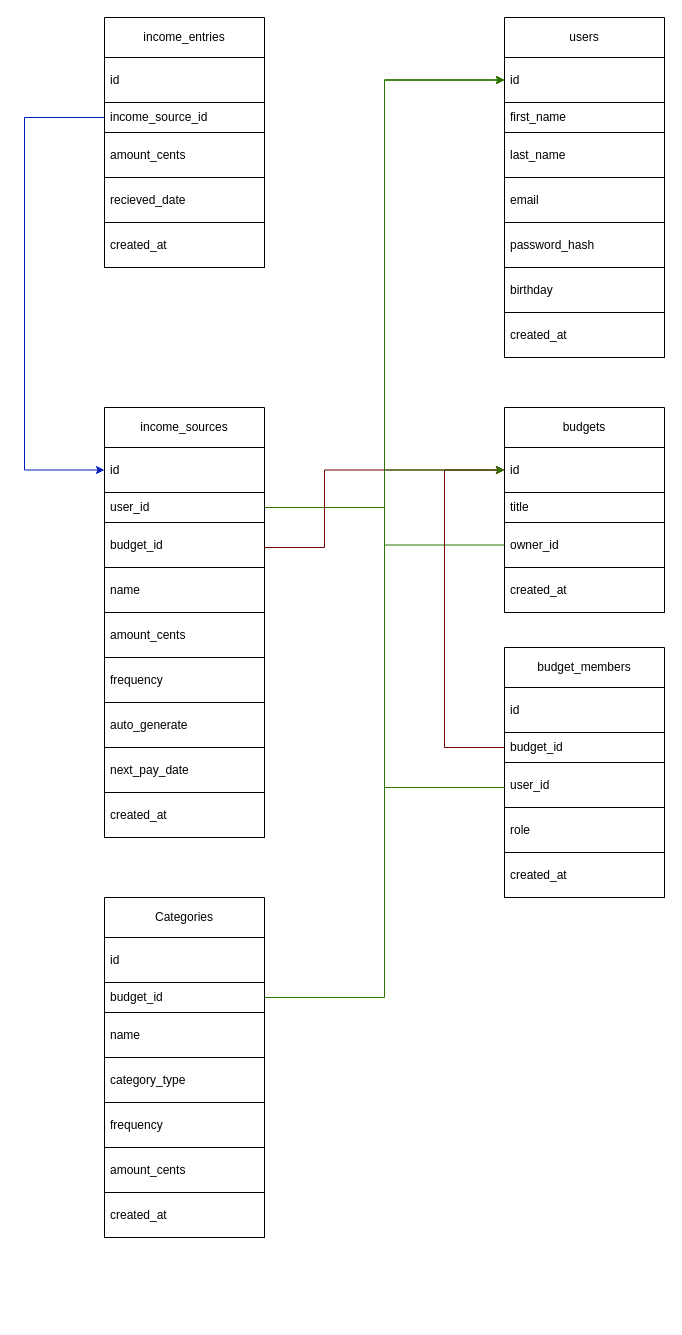
Jmspencer41/budget-app keeps this draw.io diagram as docs/sql_table_diagram.drawio. Above is the earlier version. Source tidied: cells renumbered, new cells numbered last; positions are measured from the earlier drawing's top-left corner, leaving out a move shared by most shapes. Both pictures are drawn from the tidied source at 100%, with x=0, y=0 at pixel (24, 17).
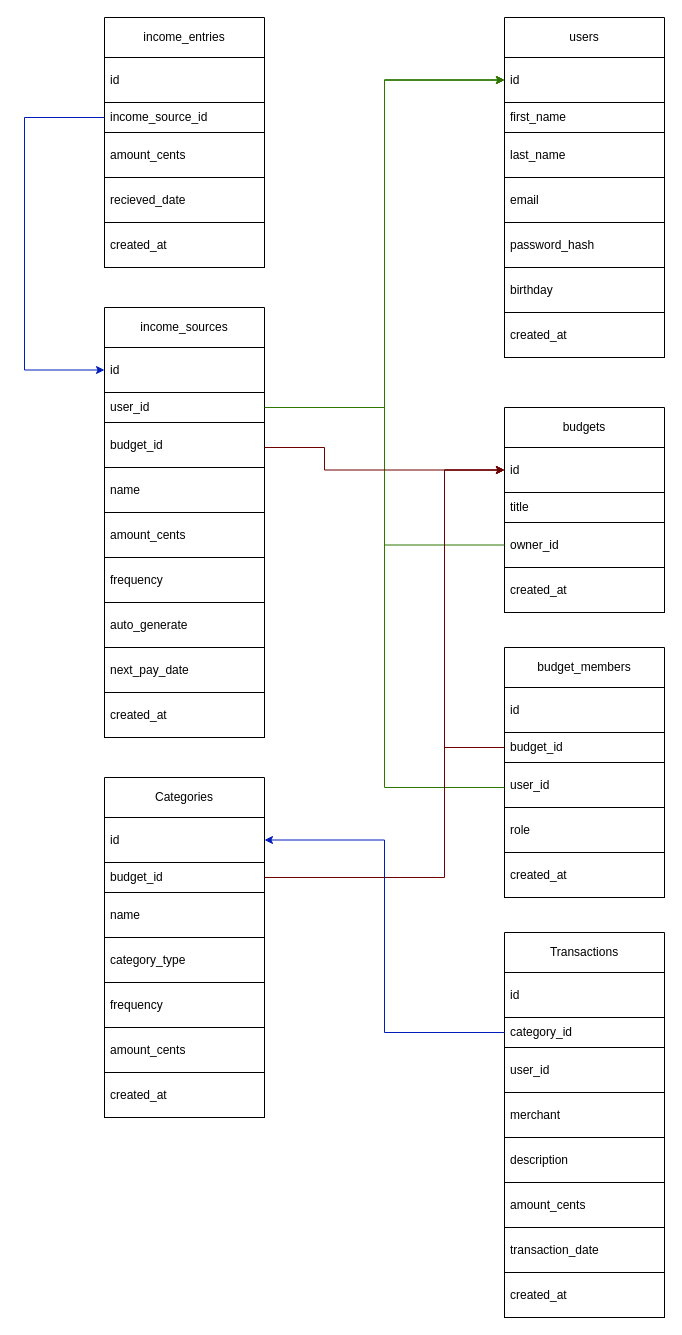
The same page after the edit.

The change refers to these unchanged cells:
```xml
<mxCell id="11" value="id" style="text;strokeColor=default;fillColor=none;align=left;verticalAlign=middle;spacingLeft=4;spacingRight=4;overflow=hidden;points=[[0,0.5],[1,0.5]];portConstraint=eastwest;whiteSpace=wrap;html=1;" parent="10" vertex="1">
  <mxGeometry y="40" width="160" height="45" as="geometry" />
</mxCell>
<mxCell id="22" value="id" style="text;strokeColor=default;fillColor=none;align=left;verticalAlign=middle;spacingLeft=4;spacingRight=4;overflow=hidden;points=[[0,0.5],[1,0.5]];portConstraint=eastwest;whiteSpace=wrap;html=1;" parent="21" vertex="1">
  <mxGeometry y="40" width="160" height="45" as="geometry" />
</mxCell>
<mxCell id="24" value="&lt;div&gt;&lt;span style=&quot;background-color: transparent; color: light-dark(rgb(0, 0, 0), rgb(255, 255, 255));&quot;&gt;budget_id&lt;/span&gt;&lt;/div&gt;" style="text;strokeColor=default;fillColor=none;align=left;verticalAlign=middle;spacingLeft=4;spacingRight=4;overflow=hidden;points=[[0,0.5],[1,0.5]];portConstraint=eastwest;whiteSpace=wrap;html=1;" parent="21" vertex="1">
  <mxGeometry y="115" width="160" height="45" as="geometry" />
</mxCell>
<mxCell id="33" value="income_source_id" style="text;strokeColor=default;fillColor=none;align=left;verticalAlign=middle;spacingLeft=4;spacingRight=4;overflow=hidden;points=[[0,0.5],[1,0.5]];portConstraint=eastwest;whiteSpace=wrap;html=1;" parent="31" vertex="1">
  <mxGeometry y="85" width="160" height="30" as="geometry" />
</mxCell>
<mxCell id="44" value="id" style="text;strokeColor=default;fillColor=none;align=left;verticalAlign=middle;spacingLeft=4;spacingRight=4;overflow=hidden;points=[[0,0.5],[1,0.5]];portConstraint=eastwest;whiteSpace=wrap;html=1;" parent="43" vertex="1">
  <mxGeometry y="40" width="160" height="45" as="geometry" />
</mxCell>
<mxCell id="45" value="budget_id" style="text;strokeColor=default;fillColor=none;align=left;verticalAlign=middle;spacingLeft=4;spacingRight=4;overflow=hidden;points=[[0,0.5],[1,0.5]];portConstraint=eastwest;whiteSpace=wrap;html=1;" parent="43" vertex="1">
  <mxGeometry y="85" width="160" height="30" as="geometry" />
</mxCell>
```

Diff of the diagram source:
```diff
@@
     <mxCell id="21" value="income_sources" style="swimlane;fontStyle=0;horizontal=1;startSize=40;whiteSpace=wrap;html=1;miterlimit=5;" parent="1" vertex="1">
-      <mxGeometry x="80" y="390" width="160" height="430" as="geometry" />
+      <mxGeometry x="80" y="290" width="160" height="430" as="geometry" />
     </mxCell>
@@
     <mxCell id="37" style="edgeStyle=orthogonalEdgeStyle;rounded=0;jettySize=auto;html=1;entryX=0;entryY=0.5;entryDx=0;entryDy=0;fillColor=#0050ef;strokeColor=#001DBC;" parent="1" edge="1" source="33" target="22">
       <mxGeometry relative="1" as="geometry">
         <Array as="points">
           <mxPoint y="100" />
-          <mxPoint y="452.6" />
+          <mxPoint y="352.2" />
         </Array>
       </mxGeometry>
     </mxCell>
@@
     <mxCell id="42" style="edgeStyle=orthogonalEdgeStyle;rounded=0;jettySize=auto;html=1;entryX=0;entryY=0.5;entryDx=0;entryDy=0;fillColor=#a20025;strokeColor=#6F0000;" parent="1" edge="1" source="24" target="11">
       <mxGeometry relative="1" as="geometry">
         <Array as="points">
-          <mxPoint x="300" y="530" />
+          <mxPoint x="300" y="430" />
           <mxPoint x="300" y="452.5" />
         </Array>
       </mxGeometry>
     </mxCell>
     <mxCell id="43" value="Categories" style="swimlane;fontStyle=0;horizontal=1;startSize=40;whiteSpace=wrap;html=1;miterlimit=5;" parent="1" vertex="1">
-      <mxGeometry x="80" y="880" width="160" height="340" as="geometry" />
+      <mxGeometry x="80" y="760" width="160" height="340" as="geometry" />
     </mxCell>
@@
-    <mxCell id="51" style="edgeStyle=orthogonalEdgeStyle;rounded=0;jettySize=auto;html=1;entryX=0;entryY=0.5;entryDx=0;entryDy=0;fillColor=#60a917;strokeColor=#2D7600;" parent="1" edge="1" source="45" target="11">
-      <mxGeometry relative="1" as="geometry" />
+    <mxCell id="51" style="edgeStyle=orthogonalEdgeStyle;rounded=0;jettySize=auto;html=1;entryX=0;entryY=0.5;entryDx=0;entryDy=0;fillColor=#a20025;strokeColor=#6F0000;" parent="1" edge="1" source="45" target="11">
+      <mxGeometry relative="1" as="geometry">
+        <Array as="points">
+          <mxPoint x="420" y="860" />
+          <mxPoint x="420" y="452.5" />
+        </Array>
+      </mxGeometry>
     </mxCell>
+    <mxCell id="52" value="Transactions" style="swimlane;fontStyle=0;horizontal=1;startSize=40;whiteSpace=wrap;html=1;miterlimit=5;" parent="1" vertex="1">
+      <mxGeometry x="480" y="915" width="160" height="385" as="geometry" />
+    </mxCell>
+    <mxCell id="53" value="id" style="text;strokeColor=default;fillColor=none;align=left;verticalAlign=middle;spacingLeft=4;spacingRight=4;overflow=hidden;whiteSpace=wrap;html=1;" parent="52" vertex="1">
+      <mxGeometry y="40" width="160" height="45" as="geometry" />
+    </mxCell>
+    <mxCell id="54" value="category_id" style="text;strokeColor=default;fillColor=none;align=left;verticalAlign=middle;spacingLeft=4;spacingRight=4;overflow=hidden;points=[[0,0.5],[1,0.5]];portConstraint=eastwest;whiteSpace=wrap;html=1;" parent="52" vertex="1">
+      <mxGeometry y="85" width="160" height="30" as="geometry" />
+    </mxCell>
+    <mxCell id="55" value="user_id" style="text;strokeColor=default;fillColor=none;align=left;verticalAlign=middle;spacingLeft=4;spacingRight=4;overflow=hidden;whiteSpace=wrap;html=1;" parent="52" vertex="1">
+      <mxGeometry y="115" width="160" height="45" as="geometry" />
+    </mxCell>
+    <mxCell id="56" value="merchant" style="text;strokeColor=default;fillColor=none;align=left;verticalAlign=middle;spacingLeft=4;spacingRight=4;overflow=hidden;whiteSpace=wrap;html=1;" parent="52" vertex="1">
+      <mxGeometry y="160" width="160" height="45" as="geometry" />
+    </mxCell>
+    <mxCell id="57" value="description" style="text;strokeColor=default;fillColor=none;align=left;verticalAlign=middle;spacingLeft=4;spacingRight=4;overflow=hidden;whiteSpace=wrap;html=1;" parent="52" vertex="1">
+      <mxGeometry y="205" width="160" height="45" as="geometry" />
+    </mxCell>
+    <mxCell id="58" value="amount_cents" style="text;strokeColor=default;fillColor=none;align=left;verticalAlign=middle;spacingLeft=4;spacingRight=4;overflow=hidden;whiteSpace=wrap;html=1;" parent="52" vertex="1">
+      <mxGeometry y="250" width="160" height="45" as="geometry" />
+    </mxCell>
+    <mxCell id="59" value="transaction_date" style="text;strokeColor=default;fillColor=none;align=left;verticalAlign=middle;spacingLeft=4;spacingRight=4;overflow=hidden;whiteSpace=wrap;html=1;" parent="52" vertex="1">
+      <mxGeometry y="295" width="160" height="45" as="geometry" />
+    </mxCell>
+    <mxCell id="60" value="created_at" style="text;strokeColor=default;fillColor=none;align=left;verticalAlign=middle;spacingLeft=4;spacingRight=4;overflow=hidden;whiteSpace=wrap;html=1;" parent="52" vertex="1">
+      <mxGeometry y="340" width="160" height="45" as="geometry" />
+    </mxCell>
+    <mxCell id="61" style="edgeStyle=orthogonalEdgeStyle;rounded=0;jettySize=auto;html=1;entryX=1;entryY=0.5;entryDx=0;entryDy=0;fillColor=#0050ef;strokeColor=#001DBC;" parent="1" edge="1" source="54" target="44">
+      <mxGeometry relative="1" as="geometry" />
+    </mxCell>
```
